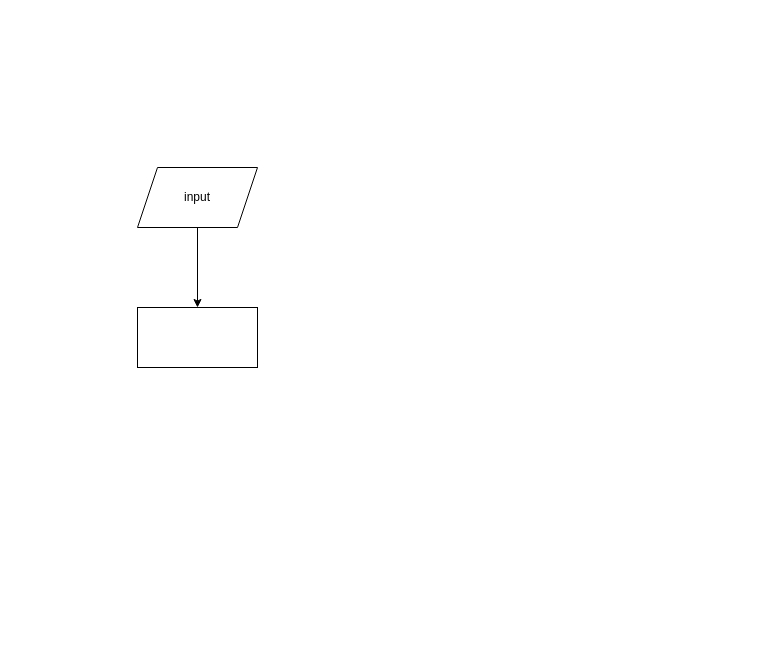
Earlier version of the draw.io diagram docs/Pipeline flow in CM.drawio (informacja/Collegium-Medicum). Source tidied: cells renumbered, new cells numbered last; positions are measured from the earlier drawing's top-left corner, leaving out a move shared by most shapes. Both pictures are drawn from the tidied source at 100%, with x=0, y=0 at pixel (137, 167).
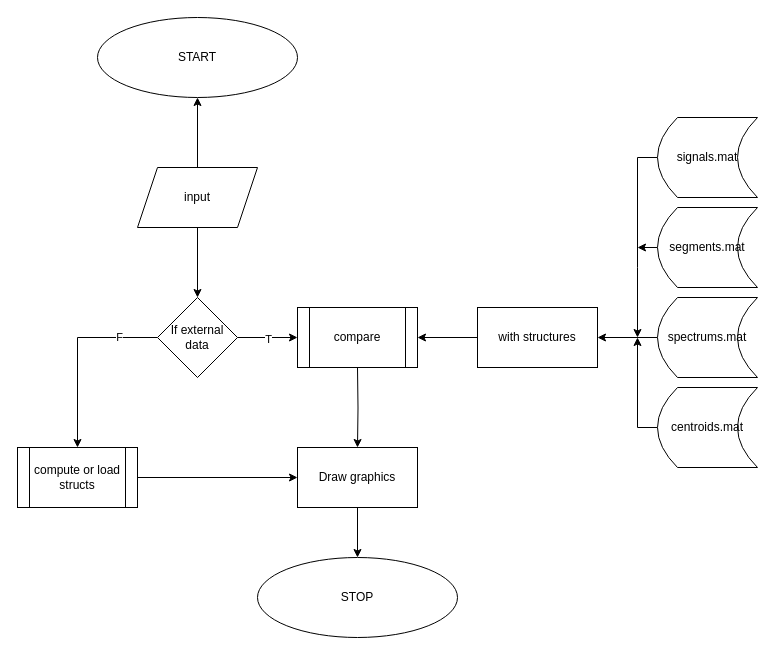
The same page after the edit.

Unchanged cells that the change refers to:
```xml
<mxCell id="3" value="input" style="shape=parallelogram;perimeter=parallelogramPerimeter;whiteSpace=wrap;html=1;fixedSize=1;" parent="1" vertex="1">
  <mxGeometry width="120" height="60" as="geometry" />
</mxCell>
```

The edit, as a diff of the source:
```diff
@@
-    <mxCell id="2" style="edgeStyle=orthogonalEdgeStyle;rounded=0;jettySize=auto;html=1;" parent="1" edge="1" source="3" target="4">
-      <mxGeometry relative="1" as="geometry" />
-    </mxCell>
+    <mxCell id="5" style="edgeStyle=orthogonalEdgeStyle;rounded=0;jettySize=auto;html=1;" parent="1" edge="1" source="3" target="7">
+      <mxGeometry relative="1" as="geometry" />
+    </mxCell>
+    <mxCell id="6" style="edgeStyle=orthogonalEdgeStyle;rounded=0;jettySize=auto;html=1;" parent="1" edge="1" source="3" target="12">
+      <mxGeometry relative="1" as="geometry" />
+    </mxCell>
@@
-    <mxCell id="4" style="whiteSpace=wrap;html=1;" parent="1" vertex="1">
-      <mxGeometry y="140" width="120" height="60" as="geometry" />
-    </mxCell>
+    <mxCell id="7" value="START" style="ellipse;whiteSpace=wrap;html=1;" parent="1" vertex="1">
+      <mxGeometry x="-40" y="-150" width="200" height="80" as="geometry" />
+    </mxCell>
+    <mxCell id="8" style="edgeStyle=orthogonalEdgeStyle;rounded=0;jettySize=auto;html=1;" parent="1" edge="1" source="12">
+      <mxGeometry relative="1" as="geometry">
+        <mxPoint x="160" y="170" as="targetPoint" />
+      </mxGeometry>
+    </mxCell>
+    <mxCell id="9" value="T" style="edgeLabel;html=1;align=center;verticalAlign=middle;" parent="8" vertex="1">
+      <mxGeometry x="0.01" relative="1" as="geometry">
+        <mxPoint y="1" as="offset" />
+      </mxGeometry>
+    </mxCell>
+    <mxCell id="10" style="edgeStyle=orthogonalEdgeStyle;rounded=0;jettySize=auto;html=1;entryX=0.5;entryY=0;entryDx=0;entryDy=0;" parent="1" edge="1" source="12" target="28">
+      <mxGeometry relative="1" as="geometry" />
+    </mxCell>
+    <mxCell id="11" value="F" style="edgeLabel;html=1;align=center;verticalAlign=middle;" parent="10" vertex="1">
+      <mxGeometry x="-0.59" y="-1" relative="1" as="geometry" />
+    </mxCell>
+    <mxCell id="12" value="If external&lt;br&gt;data" style="rhombus;whiteSpace=wrap;html=1;" parent="1" vertex="1">
+      <mxGeometry x="20" y="130" width="80" height="80" as="geometry" />
+    </mxCell>
+    <mxCell id="13" style="edgeStyle=orthogonalEdgeStyle;rounded=0;jettySize=auto;html=1;" parent="1" edge="1" target="15">
+      <mxGeometry relative="1" as="geometry">
+        <mxPoint x="220" y="200" as="sourcePoint" />
+      </mxGeometry>
+    </mxCell>
+    <mxCell id="14" style="edgeStyle=orthogonalEdgeStyle;rounded=0;jettySize=auto;html=1;" parent="1" edge="1" source="15" target="29">
+      <mxGeometry relative="1" as="geometry" />
+    </mxCell>
+    <mxCell id="15" value="Draw graphics" style="whiteSpace=wrap;html=1;" parent="1" vertex="1">
+      <mxGeometry x="160" y="280" width="120" height="60" as="geometry" />
+    </mxCell>
+    <mxCell id="16" style="edgeStyle=orthogonalEdgeStyle;rounded=0;jettySize=auto;html=1;" parent="1" edge="1" source="17">
+      <mxGeometry relative="1" as="geometry">
+        <mxPoint x="280" y="170" as="targetPoint" />
+      </mxGeometry>
+    </mxCell>
+    <mxCell id="17" value="with structures" style="whiteSpace=wrap;html=1;" parent="1" vertex="1">
+      <mxGeometry x="340" y="140" width="120" height="60" as="geometry" />
+    </mxCell>
+    <mxCell id="18" value="compare" style="shape=process;whiteSpace=wrap;html=1;backgroundOutline=1;" parent="1" vertex="1">
+      <mxGeometry x="160" y="140" width="120" height="60" as="geometry" />
+    </mxCell>
+    <mxCell id="19" style="edgeStyle=orthogonalEdgeStyle;rounded=0;jettySize=auto;html=1;" parent="1" edge="1" source="20" target="17">
+      <mxGeometry relative="1" as="geometry" />
+    </mxCell>
+    <mxCell id="20" value="&lt;span style=&quot;font-weight: normal;&quot;&gt;spectrums.mat&lt;/span&gt;" style="shape=dataStorage;whiteSpace=wrap;html=1;fixedSize=1;fontStyle=1;" parent="1" vertex="1">
+      <mxGeometry x="520" y="130" width="100" height="80" as="geometry" />
+    </mxCell>
+    <mxCell id="21" style="edgeStyle=orthogonalEdgeStyle;rounded=0;jettySize=auto;html=1;exitX=0;exitY=0.5;exitDx=0;exitDy=0;" parent="1" edge="1" source="22">
+      <mxGeometry relative="1" as="geometry">
+        <mxPoint x="500" y="170" as="targetPoint" />
+      </mxGeometry>
+    </mxCell>
+    <mxCell id="22" value="centroids&lt;span style=&quot;background-color: transparent; color: light-dark(rgb(0, 0, 0), rgb(255, 255, 255));&quot;&gt;.mat&lt;/span&gt;" style="shape=dataStorage;whiteSpace=wrap;html=1;fixedSize=1;" parent="1" vertex="1">
+      <mxGeometry x="520" y="220" width="100" height="80" as="geometry" />
+    </mxCell>
+    <mxCell id="23" style="edgeStyle=orthogonalEdgeStyle;rounded=0;jettySize=auto;html=1;exitX=0;exitY=0.5;exitDx=0;exitDy=0;" parent="1" edge="1" source="24">
+      <mxGeometry relative="1" as="geometry">
+        <mxPoint x="500" y="80" as="targetPoint" />
+      </mxGeometry>
+    </mxCell>
+    <mxCell id="24" value="segments.mat" style="shape=dataStorage;whiteSpace=wrap;html=1;fixedSize=1;" parent="1" vertex="1">
+      <mxGeometry x="520" y="40" width="100" height="80" as="geometry" />
+    </mxCell>
+    <mxCell id="25" style="edgeStyle=orthogonalEdgeStyle;rounded=0;jettySize=auto;html=1;exitX=0;exitY=0.5;exitDx=0;exitDy=0;" parent="1" edge="1" source="26">
+      <mxGeometry relative="1" as="geometry">
+        <mxPoint x="500" y="170" as="targetPoint" />
+      </mxGeometry>
+    </mxCell>
+    <mxCell id="26" value="signals.mat" style="shape=dataStorage;whiteSpace=wrap;html=1;fixedSize=1;" parent="1" vertex="1">
+      <mxGeometry x="520" y="-50" width="100" height="80" as="geometry" />
+    </mxCell>
+    <mxCell id="27" style="edgeStyle=orthogonalEdgeStyle;rounded=0;jettySize=auto;html=1;exitX=1;exitY=0.5;exitDx=0;exitDy=0;entryX=0;entryY=0.5;entryDx=0;entryDy=0;" parent="1" edge="1" source="28" target="15">
+      <mxGeometry relative="1" as="geometry" />
+    </mxCell>
+    <mxCell id="28" value="compute or load structs" style="shape=process;whiteSpace=wrap;html=1;backgroundOutline=1;" parent="1" vertex="1">
+      <mxGeometry x="-120" y="280" width="120" height="60" as="geometry" />
+    </mxCell>
+    <mxCell id="29" value="STOP" style="ellipse;whiteSpace=wrap;html=1;" parent="1" vertex="1">
+      <mxGeometry x="120" y="390" width="200" height="80" as="geometry" />
+    </mxCell>
```
